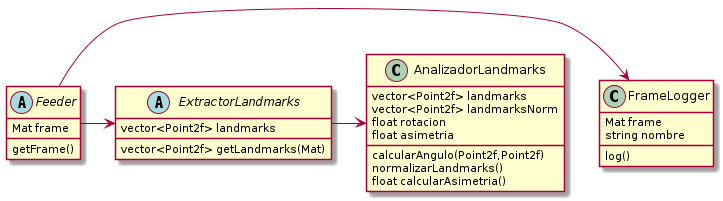
This is Diagrama/proyectoVision.png from agustinavila/ProyectoVision, a PlantUML export, as it was before one commit.
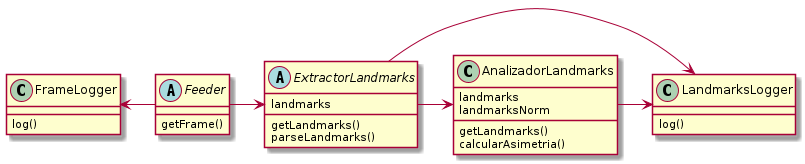
The same file after the commit.

The edit, as a diff of the source:
```diff
@@ -1,34 +1,35 @@
 @startuml proyectoVision
 
 abstract class Feeder{
-	Mat frame
 	getFrame()
 }
 
 class FrameLogger{
-	Mat frame
-	string nombre
 	log()
 }
-Feeder -> FrameLogger
+
+class LandmarksLogger{
+	log()
+}
+
+FrameLogger <- Feeder
 
 Feeder->ExtractorLandmarks
 
 abstract class ExtractorLandmarks{
-
-	vector<Point2f> landmarks
-	vector<Point2f> getLandmarks(Mat)
+	landmarks
+	getLandmarks()
+	parseLandmarks()
 }
 
 ExtractorLandmarks->AnalizadorLandmarks
+ExtractorLandmarks->LandmarksLogger
+AnalizadorLandmarks->LandmarksLogger
 
 class AnalizadorLandmarks{
-	vector<Point2f> landmarks
-	vector<Point2f> landmarksNorm
-	float rotacion
-	float asimetria
-	calcularAngulo(Point2f,Point2f)
-	normalizarLandmarks()
-	float calcularAsimetria()
+	landmarks
+	landmarksNorm
+	getLandmarks()
+	calcularAsimetria()
 }
 @enduml
```
